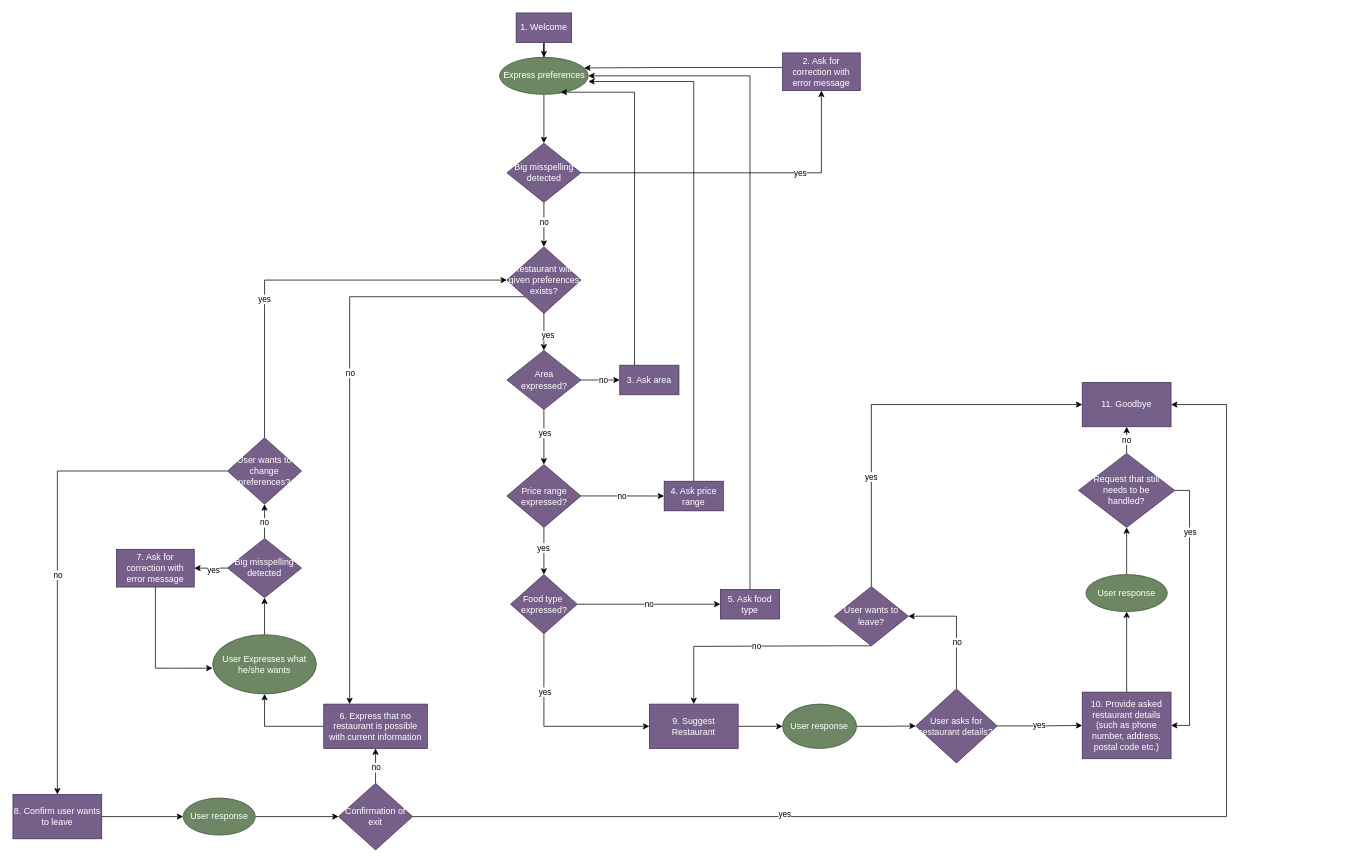
nstavr04/MAIR-30 keeps this draw.io diagram as TeamProject/Part1-SystemImplementation/Part1c-Reasoning&Configurability/Part1c_MAIR_Final.drawio. Above is the earlier version. Source tidied: cells renumbered, new cells numbered last; positions are measured from the earlier drawing's top-left corner, leaving out a move shared by most shapes. Both pictures are drawn from the tidied source at 74%, with x=0, y=0 at pixel (13, 13).
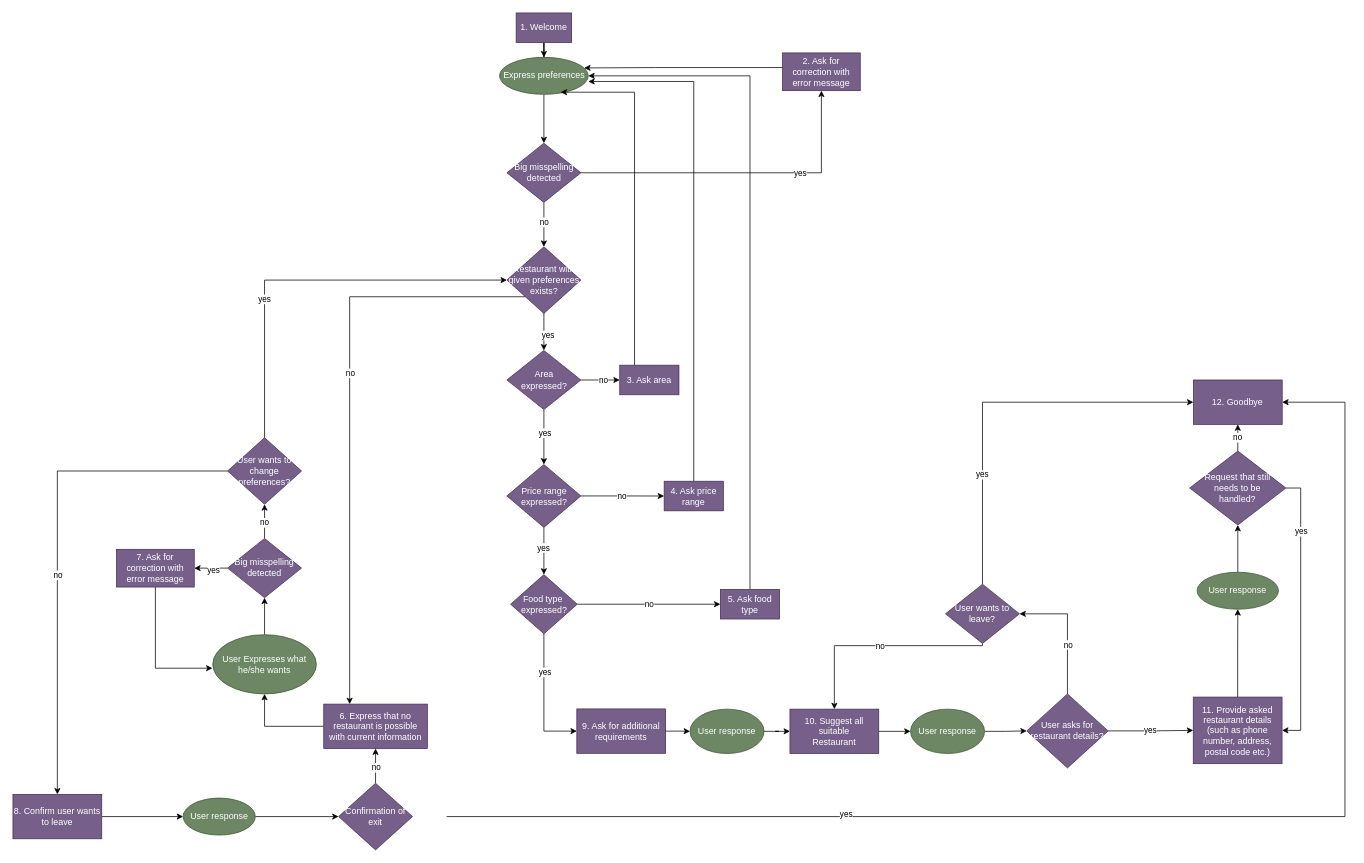
Above is the later version.

Unchanged cells that the change refers to:
```xml
<mxCell id="18" value="Food type&amp;nbsp;&lt;br&gt;expressed?" style="rhombus;whiteSpace=wrap;html=1;fillColor=#76608a;fontColor=#ffffff;strokeColor=#432D57;" parent="1" vertex="1">
  <mxGeometry x="672.5" y="759" width="90" height="80" as="geometry" />
</mxCell>
<mxCell id="61" value="Confirmation of exit" style="rhombus;whiteSpace=wrap;html=1;fillColor=#76608a;fontColor=#ffffff;strokeColor=#432D57;" parent="1" vertex="1">
  <mxGeometry x="440" y="1041" width="100" height="90" as="geometry" />
</mxCell>
```

The edit, as a diff of the source:
```diff
@@
-    <mxCell id="5" value="9. Suggest&lt;br&gt;Restaurant" style="rounded=0;whiteSpace=wrap;html=1;fillColor=#76608a;fontColor=#ffffff;strokeColor=#432D57;" parent="1" vertex="1">
-      <mxGeometry x="860" y="934" width="120" height="60" as="geometry" />
+    <mxCell id="5" value="10. Suggest all suitable&lt;br&gt;Restaurant" style="rounded=0;whiteSpace=wrap;html=1;fillColor=#76608a;fontColor=#ffffff;strokeColor=#432D57;" parent="1" vertex="1">
+      <mxGeometry x="1050" y="940.8" width="120" height="60" as="geometry" />
     </mxCell>
@@
-    <mxCell id="16" style="edgeStyle=orthogonalEdgeStyle;rounded=0;jettySize=auto;html=1;exitX=0.5;exitY=1;exitDx=0;exitDy=0;entryX=0;entryY=0.5;entryDx=0;entryDy=0;" parent="1" edge="1" source="18" target="5">
+    <mxCell id="16" style="edgeStyle=orthogonalEdgeStyle;rounded=0;jettySize=auto;html=1;exitX=0.5;exitY=1;exitDx=0;exitDy=0;entryX=0;entryY=0.5;entryDx=0;entryDy=0;" parent="1" edge="1" source="18" target="86">
       <mxGeometry relative="1" as="geometry" />
     </mxCell>
@@
     <mxCell id="26" value="User response" style="ellipse;whiteSpace=wrap;html=1;fillColor=#6d8764;fontColor=#ffffff;strokeColor=#3A5431;" parent="1" vertex="1">
-      <mxGeometry x="1040" y="934" width="100" height="60" as="geometry" />
+      <mxGeometry x="1213" y="940.8" width="100" height="60" as="geometry" />
     </mxCell>
@@
     <mxCell id="30" value="User asks for restaurant details?" style="rhombus;whiteSpace=wrap;html=1;fillColor=#76608a;fontColor=#ffffff;strokeColor=#432D57;" parent="1" vertex="1">
-      <mxGeometry x="1220" y="913.5" width="110" height="100" as="geometry" />
+      <mxGeometry x="1370" y="920.2" width="110" height="100" as="geometry" />
     </mxCell>
@@
-    <mxCell id="35" value="11. Goodbye" style="rounded=0;whiteSpace=wrap;html=1;fillColor=#76608a;fontColor=#ffffff;strokeColor=#432D57;" parent="1" vertex="1">
-      <mxGeometry x="1445" y="499.2" width="120" height="60" as="geometry" />
+    <mxCell id="35" value="12. Goodbye" style="rounded=0;whiteSpace=wrap;html=1;fillColor=#76608a;fontColor=#ffffff;strokeColor=#432D57;" parent="1" vertex="1">
+      <mxGeometry x="1595.2" y="496" width="120" height="60" as="geometry" />
     </mxCell>
@@
-    <mxCell id="37" value="10. Provide asked restaurant details (such as phone number, address, postal code etc.)" style="rounded=0;whiteSpace=wrap;html=1;fillColor=#76608a;fontColor=#ffffff;strokeColor=#432D57;" parent="1" vertex="1">
-      <mxGeometry x="1445" y="917.8" width="120" height="90" as="geometry" />
+    <mxCell id="37" value="11. Provide asked restaurant details (such as phone number, address, postal code etc.)" style="rounded=0;whiteSpace=wrap;html=1;fillColor=#76608a;fontColor=#ffffff;strokeColor=#432D57;" parent="1" vertex="1">
+      <mxGeometry x="1595" y="924.5" width="120" height="90" as="geometry" />
     </mxCell>
@@
     <mxCell id="39" value="User response" style="ellipse;whiteSpace=wrap;html=1;fillColor=#6d8764;fontColor=#ffffff;strokeColor=#3A5431;" parent="1" vertex="1">
-      <mxGeometry x="1450" y="759" width="110" height="50" as="geometry" />
+      <mxGeometry x="1600.2" y="755.8" width="110" height="50" as="geometry" />
     </mxCell>
@@
     <mxCell id="43" value="Request that still &lt;br&gt;needs to be &lt;br&gt;handled?" style="rhombus;whiteSpace=wrap;html=1;fillColor=#76608a;fontColor=#ffffff;strokeColor=#432D57;" parent="1" vertex="1">
-      <mxGeometry x="1440" y="595.2" width="130" height="100" as="geometry" />
+      <mxGeometry x="1590.2" y="592" width="130" height="100" as="geometry" />
     </mxCell>
@@
-    <mxCell id="59" style="edgeStyle=orthogonalEdgeStyle;rounded=0;jettySize=auto;html=1;exitX=1;exitY=0.5;exitDx=0;exitDy=0;entryX=1;entryY=0.5;entryDx=0;entryDy=0;" parent="1" edge="1" source="61" target="35">
+    <mxCell id="59" style="edgeStyle=orthogonalEdgeStyle;rounded=0;jettySize=auto;html=1;exitX=1;exitY=0.5;exitDx=0;exitDy=0;entryX=1;entryY=0.5;entryDx=0;entryDy=0;" parent="1" edge="1" target="35">
       <mxGeometry relative="1" as="geometry">
+        <mxPoint x="586" y="1086" as="sourcePoint" />
         <Array as="points">
-          <mxPoint x="1640" y="1086" />
-          <mxPoint x="1640" y="530" />
+          <mxPoint x="1800" y="1086" />
+          <mxPoint x="1800" y="526" />
         </Array>
       </mxGeometry>
     </mxCell>
@@
     <mxCell id="84" value="User wants to leave?" style="rhombus;whiteSpace=wrap;html=1;fillColor=#76608a;fontColor=#ffffff;strokeColor=#432D57;" parent="1" vertex="1">
-      <mxGeometry x="1110" y="775.2" width="100" height="80" as="geometry" />
+      <mxGeometry x="1260.2" y="772" width="100" height="80" as="geometry" />
     </mxCell>
+    <mxCell id="85" style="edgeStyle=orthogonalEdgeStyle;rounded=0;jettySize=auto;html=1;entryX=0;entryY=0.5;entryDx=0;entryDy=0;" parent="1" edge="1" source="88" target="5">
+      <mxGeometry relative="1" as="geometry" />
+    </mxCell>
+    <mxCell id="86" value="&lt;div&gt;9. Ask for additional&lt;/div&gt;&lt;div&gt;requirements&lt;br&gt;&lt;/div&gt;" style="rounded=0;whiteSpace=wrap;html=1;fillColor=#76608a;fontColor=#ffffff;strokeColor=#432D57;" parent="1" vertex="1">
+      <mxGeometry x="762" y="940.5" width="120" height="60" as="geometry" />
+    </mxCell>
+    <mxCell id="87" style="edgeStyle=orthogonalEdgeStyle;rounded=0;jettySize=auto;html=1;entryX=0;entryY=0.5;entryDx=0;entryDy=0;" parent="1" edge="1" source="86" target="88">
+      <mxGeometry relative="1" as="geometry" />
+    </mxCell>
+    <mxCell id="88" value="User response" style="ellipse;whiteSpace=wrap;html=1;fillColor=#6d8764;fontColor=#ffffff;strokeColor=#3A5431;" parent="1" vertex="1">
+      <mxGeometry x="915" y="940.8" width="100" height="60" as="geometry" />
+    </mxCell>
```
